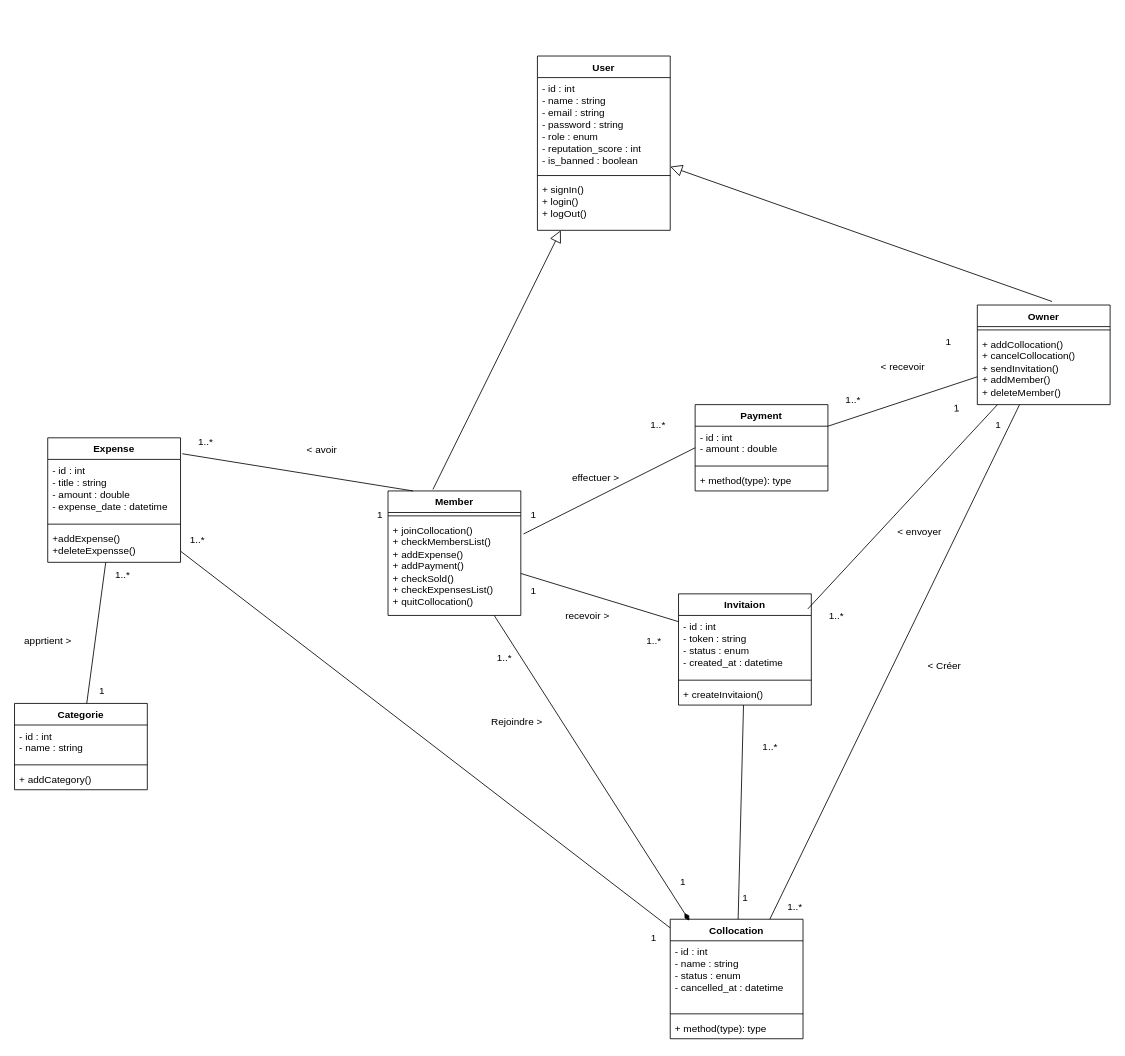
mo24ali/easycoloc keeps this draw.io diagram as UML/ClassDiagram.drawio. Above is the earlier version. Source tidied: cells renumbered, new cells numbered last; positions are measured from the earlier drawing's top-left corner, leaving out a move shared by most shapes. Both pictures are drawn from the tidied source at 83%, with x=0, y=0 at pixel (14, 56).
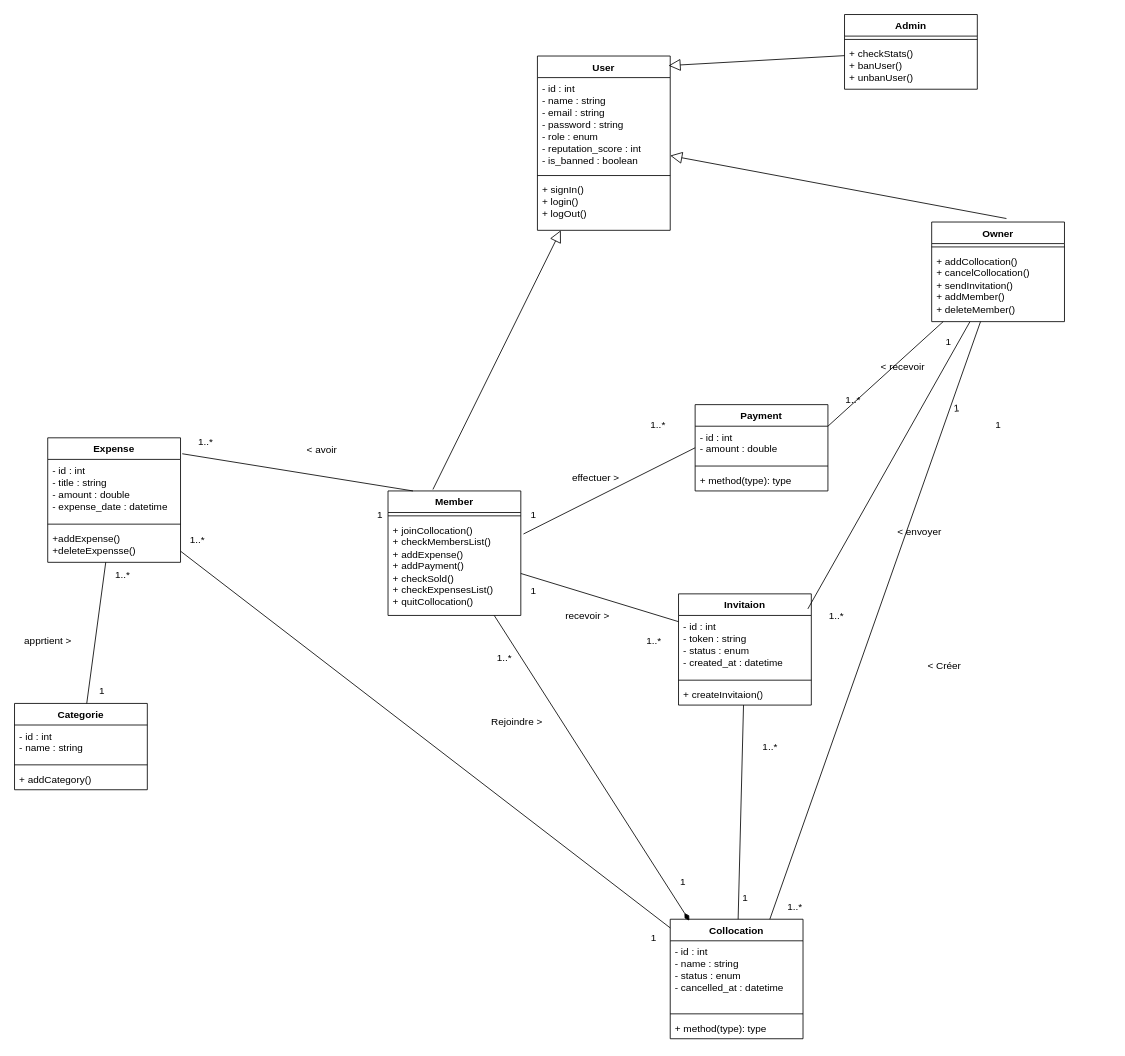
Above is the later version.

The change refers to these unchanged cells:
```xml
<mxCell id="2" value="User" style="swimlane;fontStyle=1;align=center;verticalAlign=top;horizontal=1;startSize=26;whiteSpace=wrap;html=1;" parent="1" vertex="1">
  <mxGeometry x="630" width="160" height="210" as="geometry" />
</mxCell>
```

The edit, as a diff of the source:
```diff
@@
     <mxCell id="9" value="Owner" style="swimlane;fontStyle=1;align=center;verticalAlign=top;horizontal=1;startSize=26;whiteSpace=wrap;html=1;" parent="1" vertex="1">
-      <mxGeometry x="1160" y="300" width="160" height="120" as="geometry" />
+      <mxGeometry x="1105" y="200" width="160" height="120" as="geometry" />
     </mxCell>
@@
+    <mxCell id="72" value="Admin" style="swimlane;fontStyle=1;align=center;verticalAlign=top;horizontal=1;startSize=26;whiteSpace=wrap;html=1;" parent="1" vertex="1">
+      <mxGeometry x="1000" y="-50" width="160" height="90" as="geometry" />
+    </mxCell>
+    <mxCell id="73" style="line;strokeWidth=1;fillColor=none;align=left;verticalAlign=middle;spacingTop=-1;spacingLeft=3;spacingRight=3;labelPosition=right;strokeColor=inherit;" parent="72" vertex="1">
+      <mxGeometry y="26" width="160" height="8" as="geometry" />
+    </mxCell>
+    <mxCell id="74" value="+ checkStats()&lt;div&gt;+ banUser()&lt;/div&gt;&lt;div&gt;+ unbanUser()&lt;/div&gt;" style="text;strokeColor=none;fillColor=none;align=left;verticalAlign=top;spacingLeft=4;spacingRight=4;overflow=hidden;whiteSpace=wrap;html=1;" parent="72" vertex="1">
+      <mxGeometry y="34" width="160" height="56" as="geometry" />
+    </mxCell>
+    <mxCell id="75" style="edgeStyle=none;html=1;endArrow=block;endFill=0;endSize=12;verticalAlign=bottom;entryX=0.987;entryY=0.055;entryDx=0;entryDy=0;entryPerimeter=0;" parent="1" edge="1" source="72" target="2">
+      <mxGeometry relative="1" as="geometry" />
+    </mxCell>
```
